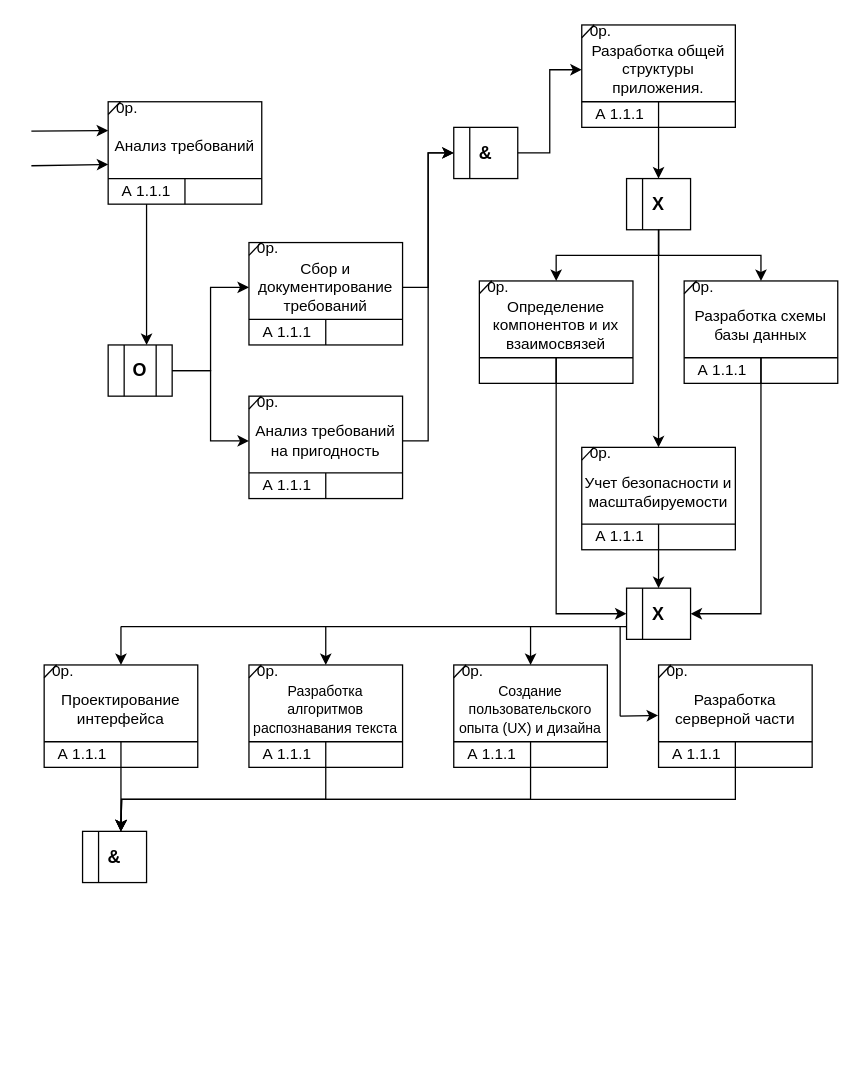
The draw.io diagram лр2 пис.drawio in pewish/LR2-SARO, before the edit. Source tidied: cells renumbered, new cells numbered last; positions are measured from the earlier drawing's top-left corner, leaving out a move shared by most shapes. Both pictures are drawn from the tidied source at 128%, with x=0, y=0 at pixel (31, 24).
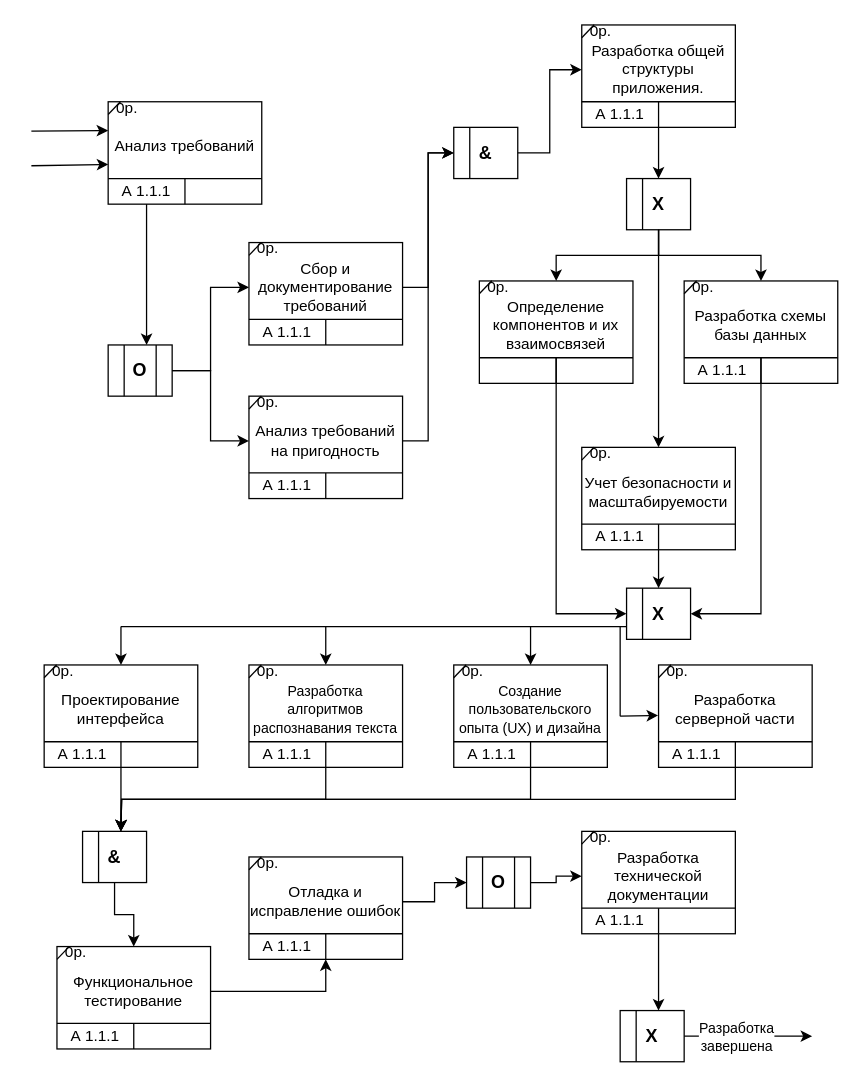
The same diagram, later.

The change refers to these unchanged cells:
```xml
<mxCell id="133" style="rounded=0;whiteSpace=wrap;html=1;" parent="132" vertex="1">
  <mxGeometry width="50" height="40" as="geometry" />
</mxCell>
```

What changed in the source:
```diff
@@
+    <mxCell id="136" style="group;" parent="1" vertex="1">
+      <mxGeometry x="20" y="720" width="120" height="80" as="geometry" />
+    </mxCell>
+    <mxCell id="137" style="rounded=0;whiteSpace=wrap;html=1;" parent="136" vertex="1">
+      <mxGeometry width="120" height="80" as="geometry" />
+    </mxCell>
+    <mxCell id="138" style="endArrow=none;html=1;rounded=0;entryX=1;entryY=0.75;entryDx=0;entryDy=0;" parent="136" edge="1" target="137">
+      <mxGeometry relative="1" as="geometry">
+        <mxPoint y="60" as="sourcePoint" />
+      </mxGeometry>
+    </mxCell>
+    <mxCell id="139" style="endArrow=none;html=1;rounded=0;" parent="136" edge="1">
+      <mxGeometry relative="1" as="geometry">
+        <mxPoint x="60" y="80" as="sourcePoint" />
+        <mxPoint x="60" y="60" as="targetPoint" />
+      </mxGeometry>
+    </mxCell>
+    <mxCell id="140" style="endArrow=none;html=1;rounded=0;entryX=0.081;entryY=-0.002;entryDx=0;entryDy=0;entryPerimeter=0;" parent="136" edge="1" target="137">
+      <mxGeometry relative="1" as="geometry">
+        <mxPoint y="10" as="sourcePoint" />
+      </mxGeometry>
+    </mxCell>
+    <mxCell id="141" value="0р." style="text;html=1;strokeColor=none;fillColor=none;align=center;verticalAlign=middle;whiteSpace=wrap;rounded=0;" parent="136" vertex="1">
+      <mxGeometry width="30" height="10" as="geometry" />
+    </mxCell>
+    <mxCell id="142" value="А 1.1.1" style="text;html=1;strokeColor=none;fillColor=none;align=center;verticalAlign=middle;whiteSpace=wrap;rounded=0;" parent="136" vertex="1">
+      <mxGeometry y="60" width="60" height="20" as="geometry" />
+    </mxCell>
+    <mxCell id="143" value="Функциональное тестирование" style="text;html=1;strokeColor=none;fillColor=none;align=center;verticalAlign=middle;whiteSpace=wrap;rounded=0;" parent="136" vertex="1">
+      <mxGeometry y="10" width="120" height="50" as="geometry" />
+    </mxCell>
+    <mxCell id="144" style="group;" parent="1" vertex="1">
+      <mxGeometry x="170" y="650" width="120" height="80" as="geometry" />
+    </mxCell>
+    <mxCell id="145" style="rounded=0;whiteSpace=wrap;html=1;" parent="144" vertex="1">
+      <mxGeometry width="120" height="80" as="geometry" />
+    </mxCell>
+    <mxCell id="146" style="endArrow=none;html=1;rounded=0;entryX=1;entryY=0.75;entryDx=0;entryDy=0;" parent="144" edge="1" target="145">
+      <mxGeometry relative="1" as="geometry">
+        <mxPoint y="60" as="sourcePoint" />
+      </mxGeometry>
+    </mxCell>
+    <mxCell id="147" style="endArrow=none;html=1;rounded=0;" parent="144" edge="1">
+      <mxGeometry relative="1" as="geometry">
+        <mxPoint x="60" y="80" as="sourcePoint" />
+        <mxPoint x="60" y="60" as="targetPoint" />
+      </mxGeometry>
+    </mxCell>
+    <mxCell id="148" style="endArrow=none;html=1;rounded=0;entryX=0.081;entryY=-0.002;entryDx=0;entryDy=0;entryPerimeter=0;" parent="144" edge="1" target="145">
+      <mxGeometry relative="1" as="geometry">
+        <mxPoint y="10" as="sourcePoint" />
+      </mxGeometry>
+    </mxCell>
+    <mxCell id="149" value="0р." style="text;html=1;strokeColor=none;fillColor=none;align=center;verticalAlign=middle;whiteSpace=wrap;rounded=0;" parent="144" vertex="1">
+      <mxGeometry width="30" height="10" as="geometry" />
+    </mxCell>
+    <mxCell id="150" value="А 1.1.1" style="text;html=1;strokeColor=none;fillColor=none;align=center;verticalAlign=middle;whiteSpace=wrap;rounded=0;" parent="144" vertex="1">
+      <mxGeometry y="60" width="60" height="20" as="geometry" />
+    </mxCell>
+    <mxCell id="151" value="Отладка и исправление ошибок" style="text;html=1;strokeColor=none;fillColor=none;align=center;verticalAlign=middle;whiteSpace=wrap;rounded=0;" parent="144" vertex="1">
+      <mxGeometry y="10" width="120" height="50" as="geometry" />
+    </mxCell>
+    <mxCell id="152" style="edgeStyle=orthogonalEdgeStyle;rounded=0;jettySize=auto;html=1;entryX=0.5;entryY=0;entryDx=0;entryDy=0;" parent="1" edge="1" source="133" target="137">
+      <mxGeometry relative="1" as="geometry" />
+    </mxCell>
+    <mxCell id="153" style="edgeStyle=orthogonalEdgeStyle;rounded=0;jettySize=auto;html=1;entryX=0.5;entryY=1;entryDx=0;entryDy=0;" parent="1" edge="1" source="143" target="145">
+      <mxGeometry relative="1" as="geometry" />
+    </mxCell>
+    <mxCell id="154" style="group;" parent="1" vertex="1">
+      <mxGeometry x="430" y="630" width="120" height="80" as="geometry" />
+    </mxCell>
+    <mxCell id="155" style="edgeStyle=orthogonalEdgeStyle;rounded=0;jettySize=auto;html=1;" parent="154" edge="1" source="156">
+      <mxGeometry relative="1" as="geometry">
+        <mxPoint x="60" y="140" as="targetPoint" />
+      </mxGeometry>
+    </mxCell>
+    <mxCell id="156" style="rounded=0;whiteSpace=wrap;html=1;" parent="154" vertex="1">
+      <mxGeometry width="120" height="80" as="geometry" />
+    </mxCell>
+    <mxCell id="157" style="endArrow=none;html=1;rounded=0;entryX=1;entryY=0.75;entryDx=0;entryDy=0;" parent="154" edge="1" target="156">
+      <mxGeometry relative="1" as="geometry">
+        <mxPoint y="60" as="sourcePoint" />
+      </mxGeometry>
+    </mxCell>
+    <mxCell id="158" style="endArrow=none;html=1;rounded=0;" parent="154" edge="1">
+      <mxGeometry relative="1" as="geometry">
+        <mxPoint x="60" y="80" as="sourcePoint" />
+        <mxPoint x="60" y="60" as="targetPoint" />
+      </mxGeometry>
+    </mxCell>
+    <mxCell id="159" style="endArrow=none;html=1;rounded=0;entryX=0.081;entryY=-0.002;entryDx=0;entryDy=0;entryPerimeter=0;" parent="154" edge="1" target="156">
+      <mxGeometry relative="1" as="geometry">
+        <mxPoint y="10" as="sourcePoint" />
+      </mxGeometry>
+    </mxCell>
+    <mxCell id="160" value="0р." style="text;html=1;strokeColor=none;fillColor=none;align=center;verticalAlign=middle;whiteSpace=wrap;rounded=0;" parent="154" vertex="1">
+      <mxGeometry width="30" height="10" as="geometry" />
+    </mxCell>
+    <mxCell id="161" value="А 1.1.1" style="text;html=1;strokeColor=none;fillColor=none;align=center;verticalAlign=middle;whiteSpace=wrap;rounded=0;" parent="154" vertex="1">
+      <mxGeometry y="60" width="60" height="20" as="geometry" />
+    </mxCell>
+    <mxCell id="162" value="Разработка технической документации" style="text;html=1;strokeColor=none;fillColor=none;align=center;verticalAlign=middle;whiteSpace=wrap;rounded=0;" parent="154" vertex="1">
+      <mxGeometry y="10" width="120" height="50" as="geometry" />
+    </mxCell>
+    <mxCell id="163" style="group;" parent="1" vertex="1">
+      <mxGeometry x="340" y="650" width="50" height="40" as="geometry" />
+    </mxCell>
+    <mxCell id="164" style="rounded=0;whiteSpace=wrap;html=1;" parent="163" vertex="1">
+      <mxGeometry width="50" height="40" as="geometry" />
+    </mxCell>
+    <mxCell id="165" style="endArrow=none;html=1;rounded=0;entryX=0.25;entryY=0;entryDx=0;entryDy=0;exitX=0.25;exitY=1;exitDx=0;exitDy=0;" parent="163" edge="1" source="164" target="164">
+      <mxGeometry relative="1" as="geometry" />
+    </mxCell>
+    <mxCell id="166" value="&lt;font style=&quot;font-size: 14px;&quot;&gt;&lt;b&gt;О&lt;/b&gt;&lt;/font&gt;" style="text;html=1;strokeColor=none;fillColor=none;align=center;verticalAlign=middle;whiteSpace=wrap;rounded=0;" parent="163" vertex="1">
+      <mxGeometry x="10" y="5" width="30" height="30" as="geometry" />
+    </mxCell>
+    <mxCell id="167" style="endArrow=none;html=1;rounded=0;entryX=0.75;entryY=0;entryDx=0;entryDy=0;exitX=0.75;exitY=1;exitDx=0;exitDy=0;" parent="163" edge="1" source="164" target="164">
+      <mxGeometry relative="1" as="geometry" />
+    </mxCell>
+    <mxCell id="168" style="edgeStyle=orthogonalEdgeStyle;rounded=0;jettySize=auto;html=1;entryX=0;entryY=0.5;entryDx=0;entryDy=0;" parent="1" edge="1" source="151" target="164">
+      <mxGeometry relative="1" as="geometry" />
+    </mxCell>
+    <mxCell id="169" style="edgeStyle=orthogonalEdgeStyle;rounded=0;jettySize=auto;html=1;exitX=1;exitY=0.5;exitDx=0;exitDy=0;entryX=0;entryY=0.5;entryDx=0;entryDy=0;" parent="1" edge="1" source="164" target="162">
+      <mxGeometry relative="1" as="geometry" />
+    </mxCell>
+    <mxCell id="170" style="group;" parent="1" vertex="1">
+      <mxGeometry x="460" y="770" width="50" height="40" as="geometry" />
+    </mxCell>
+    <mxCell id="171" style="rounded=0;whiteSpace=wrap;html=1;" parent="170" vertex="1">
+      <mxGeometry width="50" height="40" as="geometry" />
+    </mxCell>
+    <mxCell id="172" style="endArrow=none;html=1;rounded=0;entryX=0.25;entryY=0;entryDx=0;entryDy=0;exitX=0.25;exitY=1;exitDx=0;exitDy=0;" parent="170" edge="1" source="171" target="171">
+      <mxGeometry relative="1" as="geometry" />
+    </mxCell>
+    <mxCell id="173" value="&lt;font style=&quot;font-size: 14px;&quot;&gt;&lt;b&gt;Х&lt;/b&gt;&lt;/font&gt;" style="text;html=1;strokeColor=none;fillColor=none;align=center;verticalAlign=middle;whiteSpace=wrap;rounded=0;" parent="170" vertex="1">
+      <mxGeometry x="10" y="5" width="30" height="30" as="geometry" />
+    </mxCell>
+    <mxCell id="174" style="endArrow=classic;html=1;rounded=0;" parent="1" edge="1">
+      <mxGeometry relative="1" as="geometry">
+        <mxPoint x="510" y="790" as="sourcePoint" />
+        <mxPoint x="610" y="790" as="targetPoint" />
+      </mxGeometry>
+    </mxCell>
+    <mxCell id="175" value="Разработка&lt;br&gt;завершена" style="edgeLabel;html=1;align=center;verticalAlign=middle;" parent="174" vertex="1">
+      <mxGeometry x="0.38" y="-3" relative="1" as="geometry">
+        <mxPoint x="-29" y="-3" as="offset" />
+      </mxGeometry>
+    </mxCell>
```
